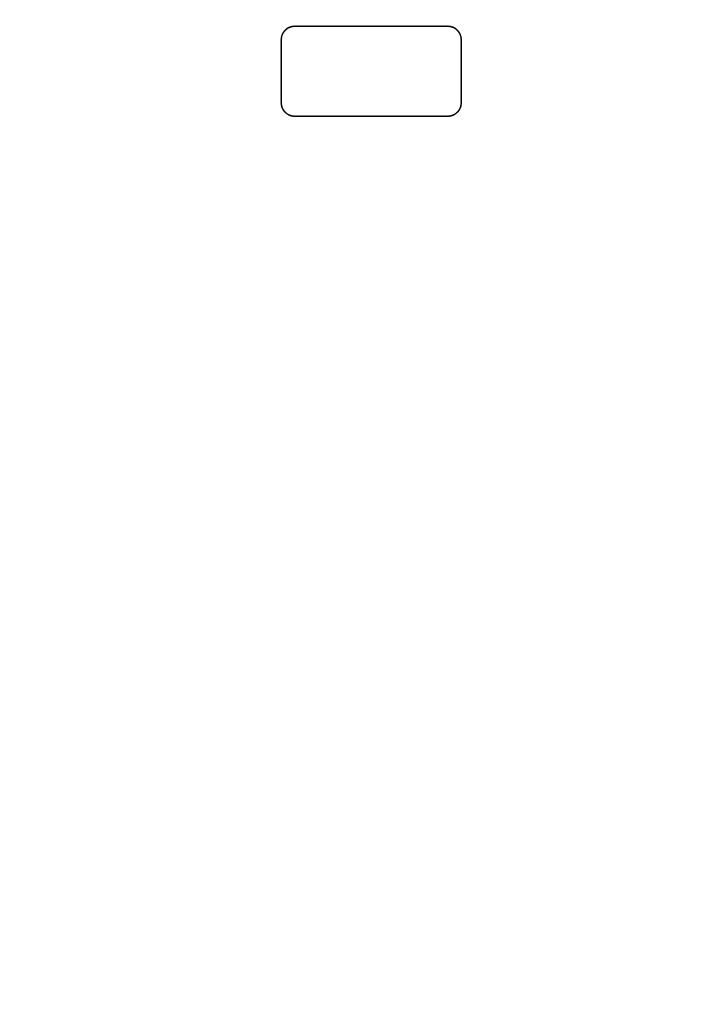
Before: 告警大盘TEST.drawio in manager1996/app01_repos, a draw.io diagram. Source tidied: cells renumbered, new cells numbered last; positions are measured from the earlier drawing's top-left corner, leaving out a move shared by most shapes. Both pictures are drawn from the tidied source at 150%, with x=0, y=0 at pixel (280, 26).
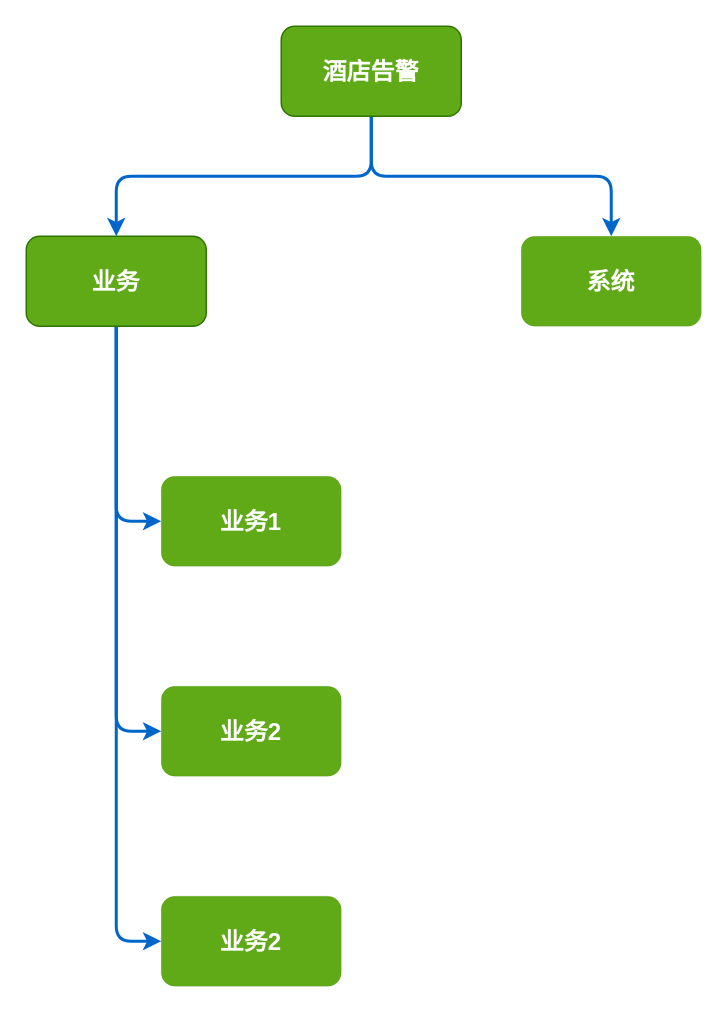
The same diagram, later.

Commit message (it also covers changes not shown here):
更新告警大盘TEST.drawio

The edit, as a diff of the source:
```diff
@@
 <mxGraphModel>
   <root>
     <mxCell id="0" />
     <mxCell id="1" parent="0" />
+    <mxCell id="3" style="edgeStyle=orthogonalEdgeStyle;rounded=1;jettySize=auto;html=1;exitX=0.5;exitY=1;exitDx=0;exitDy=0;entryX=0.5;entryY=0;entryDx=0;entryDy=0;strokeWidth=2;strokeColor=#0066CC;" parent="1" edge="1" source="2" target="8">
+      <mxGeometry relative="1" as="geometry" />
+    </mxCell>
+    <mxCell id="4" style="edgeStyle=orthogonalEdgeStyle;rounded=1;jettySize=auto;html=1;exitX=0.5;exitY=1;exitDx=0;exitDy=0;entryX=0.5;entryY=0;entryDx=0;entryDy=0;strokeWidth=2;strokeColor=#0066CC;fillColor=#0050ef;" parent="1" edge="1" source="2" target="9">
+      <mxGeometry relative="1" as="geometry" />
+    </mxCell>
-    <mxCell id="2" style="rounded=1;whiteSpace=wrap;html=1;" parent="1" vertex="1">
+    <mxCell id="2" value="&lt;b&gt;&lt;font style=&quot;font-size: 16px;&quot; color=&quot;#ffffff&quot;&gt;酒店告警&lt;/font&gt;&lt;/b&gt;" style="rounded=1;whiteSpace=wrap;html=1;fillColor=#60a917;strokeColor=#2D7600;fontColor=#ffffff;" parent="1" vertex="1">
       <mxGeometry width="120" height="60" as="geometry" />
     </mxCell>
+    <mxCell id="5" style="edgeStyle=orthogonalEdgeStyle;rounded=1;jettySize=auto;html=1;exitX=0.5;exitY=1;exitDx=0;exitDy=0;entryX=0;entryY=0.5;entryDx=0;entryDy=0;strokeWidth=2;strokeColor=#0066CC;" parent="1" edge="1" source="8" target="10">
+      <mxGeometry relative="1" as="geometry" />
+    </mxCell>
+    <mxCell id="6" style="edgeStyle=orthogonalEdgeStyle;rounded=1;jettySize=auto;html=1;exitX=0.5;exitY=1;exitDx=0;exitDy=0;entryX=0;entryY=0.5;entryDx=0;entryDy=0;strokeWidth=2;strokeColor=#0066CC;" parent="1" edge="1" source="8" target="11">
+      <mxGeometry relative="1" as="geometry" />
+    </mxCell>
+    <mxCell id="7" style="edgeStyle=orthogonalEdgeStyle;rounded=1;jettySize=auto;html=1;exitX=0.5;exitY=1;exitDx=0;exitDy=0;entryX=0;entryY=0.5;entryDx=0;entryDy=0;strokeWidth=2;strokeColor=#0066CC;" parent="1" edge="1" source="8" target="12">
+      <mxGeometry relative="1" as="geometry" />
+    </mxCell>
+    <mxCell id="8" value="&lt;span style=&quot;font-size: 16px;&quot;&gt;&lt;b&gt;业务&lt;/b&gt;&lt;/span&gt;" style="rounded=1;whiteSpace=wrap;html=1;fillColor=#60a917;strokeColor=#2D7600;fontColor=#ffffff;" parent="1" vertex="1">
+      <mxGeometry x="-170" y="140" width="120" height="60" as="geometry" />
+    </mxCell>
+    <mxCell id="9" value="&lt;span style=&quot;font-size: 16px;&quot;&gt;&lt;b&gt;系统&lt;/b&gt;&lt;/span&gt;" style="rounded=1;whiteSpace=wrap;html=1;fillColor=#60a917;strokeColor=#2D7600;fontColor=#ffffff;strokeWidth=0;" parent="1" vertex="1">
+      <mxGeometry x="160" y="140" width="120" height="60" as="geometry" />
+    </mxCell>
+    <mxCell id="10" value="&lt;span style=&quot;font-size: 16px;&quot;&gt;&lt;b&gt;业务1&lt;/b&gt;&lt;/span&gt;" style="rounded=1;whiteSpace=wrap;html=1;fillColor=#60a917;strokeColor=#2D7600;fontColor=#ffffff;strokeWidth=0;" parent="1" vertex="1">
+      <mxGeometry x="-80" y="300" width="120" height="60" as="geometry" />
+    </mxCell>
+    <mxCell id="11" value="&lt;span style=&quot;font-size: 16px;&quot;&gt;&lt;b&gt;业务2&lt;/b&gt;&lt;/span&gt;" style="rounded=1;whiteSpace=wrap;html=1;fillColor=#60a917;strokeColor=#2D7600;fontColor=#ffffff;strokeWidth=0;" parent="1" vertex="1">
+      <mxGeometry x="-80" y="440" width="120" height="60" as="geometry" />
+    </mxCell>
+    <mxCell id="12" value="&lt;span style=&quot;font-size: 16px;&quot;&gt;&lt;b&gt;业务2&lt;/b&gt;&lt;/span&gt;" style="rounded=1;whiteSpace=wrap;html=1;fillColor=#60a917;strokeColor=#2D7600;fontColor=#ffffff;strokeWidth=0;" parent="1" vertex="1">
+      <mxGeometry x="-80" y="580" width="120" height="60" as="geometry" />
+    </mxCell>
   </root>
 </mxGraphModel>
```
